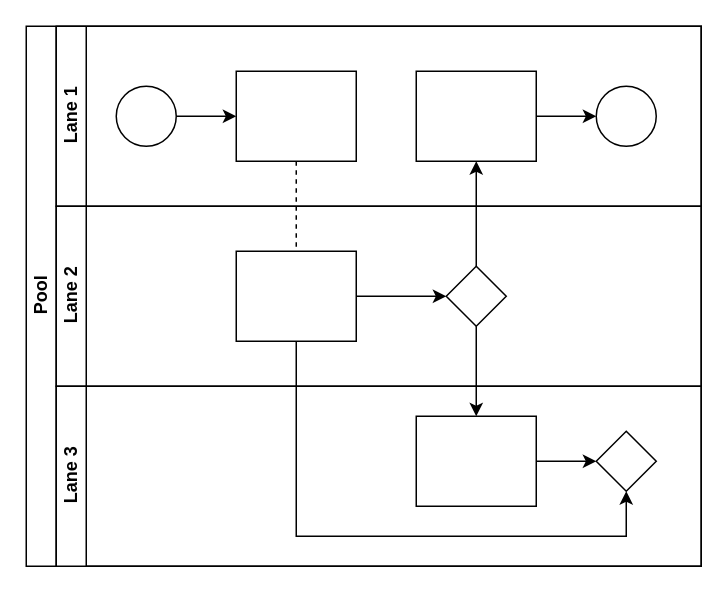
This is 数据安全.drawio from shuairongzeng/360ConsoleApp, a draw.io file, before an edit. Source tidied: cells renumbered, new cells numbered last; positions are measured from the earlier drawing's top-left corner, leaving out a move shared by most shapes. Both pictures are drawn from the tidied source at 150%, with x=0, y=0 at pixel (26, 26).
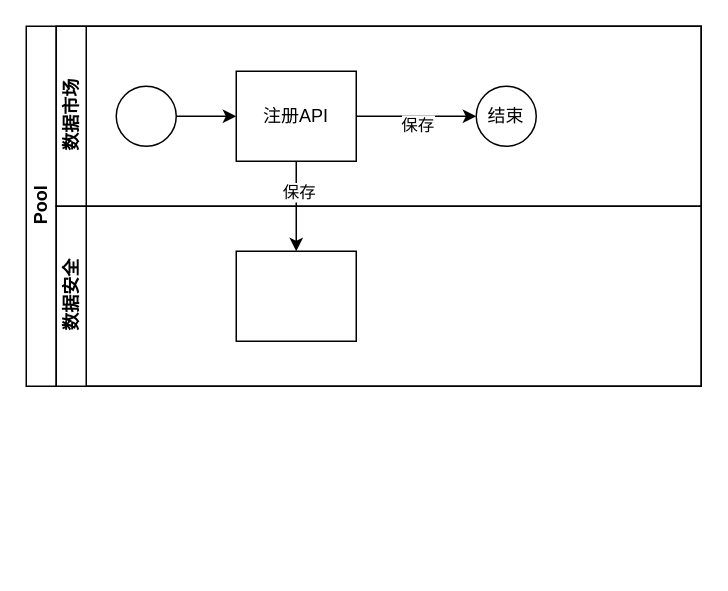
After the change.

Commit message:
更新数据安全.drawio

Unchanged cells that the change refers to:
```xml
<mxCell id="16" style="rounded=0;whiteSpace=wrap;html=1;fontFamily=Helvetica;fontSize=12;fontColor=#000000;align=center;" parent="14" vertex="1">
  <mxGeometry x="120" y="30" width="80" height="60" as="geometry" />
</mxCell>
```

What changed in the source:
```diff
@@
     <mxCell id="2" value="Pool" style="swimlane;html=1;horizontal=0;startSize=20;" parent="1" vertex="1">
-      <mxGeometry width="450" height="360" as="geometry" />
+      <mxGeometry width="450" height="240" as="geometry" />
     </mxCell>
-    <mxCell id="3" style="edgeStyle=orthogonalEdgeStyle;rounded=0;jettySize=auto;html=1;dashed=1;endArrow=none;endFill=0;" parent="2" edge="1" source="10" target="16">
-      <mxGeometry relative="1" as="geometry" />
-    </mxCell>
-    <mxCell id="4" style="edgeStyle=orthogonalEdgeStyle;rounded=0;jettySize=auto;html=1;endArrow=classic;endFill=1;" parent="2" edge="1" source="17" target="12">
-      <mxGeometry relative="1" as="geometry" />
-    </mxCell>
-    <mxCell id="5" style="edgeStyle=orthogonalEdgeStyle;rounded=0;jettySize=auto;html=1;endArrow=classic;endFill=1;" parent="2" edge="1" source="17" target="20">
-      <mxGeometry relative="1" as="geometry" />
-    </mxCell>
-    <mxCell id="6" style="edgeStyle=orthogonalEdgeStyle;rounded=0;jettySize=auto;html=1;endArrow=classic;endFill=1;" parent="2" edge="1" source="16" target="21">
-      <mxGeometry relative="1" as="geometry">
-        <Array as="points">
-          <mxPoint x="180" y="340" />
-          <mxPoint x="400" y="340" />
-        </Array>
-      </mxGeometry>
-    </mxCell>
-    <mxCell id="7" value="Lane 1" style="swimlane;html=1;startSize=20;horizontal=0;" parent="2" vertex="1">
+    <mxCell id="7" value="数据市场" style="swimlane;html=1;startSize=20;horizontal=0;" parent="2" vertex="1">
       <mxGeometry x="20" width="430" height="120" as="geometry" />
     </mxCell>
@@
+    <mxCell id="22" style="edgeStyle=orthogonalEdgeStyle;rounded=0;jettySize=auto;html=1;" parent="7" edge="1" source="10" target="13">
+      <mxGeometry relative="1" as="geometry" />
+    </mxCell>
+    <mxCell id="23" value="保存" style="edgeLabel;html=1;align=center;verticalAlign=middle;" parent="22" vertex="1">
+      <mxGeometry y="-5" relative="1" as="geometry" />
+    </mxCell>
-    <mxCell id="10" style="rounded=0;whiteSpace=wrap;html=1;fontFamily=Helvetica;fontSize=12;fontColor=#000000;align=center;" parent="7" vertex="1">
+    <mxCell id="10" value="注册API" style="rounded=0;whiteSpace=wrap;html=1;fontFamily=Helvetica;fontSize=12;fontColor=#000000;align=center;" parent="7" vertex="1">
       <mxGeometry x="120" y="30" width="80" height="60" as="geometry" />
     </mxCell>
-    <mxCell id="11" style="edgeStyle=orthogonalEdgeStyle;rounded=0;jettySize=auto;html=1;endArrow=classic;endFill=1;" parent="7" edge="1" source="12" target="13">
-      <mxGeometry relative="1" as="geometry" />
-    </mxCell>
-    <mxCell id="12" style="rounded=0;whiteSpace=wrap;html=1;fontFamily=Helvetica;fontSize=12;fontColor=#000000;align=center;" parent="7" vertex="1">
-      <mxGeometry x="240" y="30" width="80" height="60" as="geometry" />
-    </mxCell>
-    <mxCell id="13" style="ellipse;whiteSpace=wrap;html=1;" parent="7" vertex="1">
-      <mxGeometry x="360" y="40" width="40" height="40" as="geometry" />
+    <mxCell id="13" value="结束" style="ellipse;whiteSpace=wrap;html=1;" parent="7" vertex="1">
+      <mxGeometry x="280" y="40" width="40" height="40" as="geometry" />
     </mxCell>
-    <mxCell id="14" value="Lane 2" style="swimlane;html=1;startSize=20;horizontal=0;" parent="2" vertex="1">
+    <mxCell id="14" value="数据安全" style="swimlane;html=1;startSize=20;horizontal=0;" parent="2" vertex="1">
       <mxGeometry x="20" y="120" width="430" height="120" as="geometry" />
     </mxCell>
-    <mxCell id="15" style="edgeStyle=orthogonalEdgeStyle;rounded=0;jettySize=auto;html=1;endArrow=classic;endFill=1;" parent="14" edge="1" source="16" target="17">
-      <mxGeometry relative="1" as="geometry" />
-    </mxCell>
@@
-    <mxCell id="17" style="rhombus;whiteSpace=wrap;html=1;fontFamily=Helvetica;fontSize=12;fontColor=#000000;align=center;" parent="14" vertex="1">
-      <mxGeometry x="260" y="40" width="40" height="40" as="geometry" />
-    </mxCell>
-    <mxCell id="18" value="Lane 3" style="swimlane;html=1;startSize=20;horizontal=0;" parent="2" vertex="1">
-      <mxGeometry x="20" y="240" width="430" height="120" as="geometry" />
-    </mxCell>
-    <mxCell id="19" style="edgeStyle=orthogonalEdgeStyle;rounded=0;jettySize=auto;html=1;endArrow=classic;endFill=1;" parent="18" edge="1" source="20" target="21">
-      <mxGeometry relative="1" as="geometry" />
-    </mxCell>
-    <mxCell id="20" style="rounded=0;whiteSpace=wrap;html=1;fontFamily=Helvetica;fontSize=12;fontColor=#000000;align=center;" parent="18" vertex="1">
-      <mxGeometry x="240" y="20" width="80" height="60" as="geometry" />
-    </mxCell>
-    <mxCell id="21" style="rhombus;whiteSpace=wrap;html=1;fontFamily=Helvetica;fontSize=12;fontColor=#000000;align=center;" parent="18" vertex="1">
-      <mxGeometry x="360" y="30" width="40" height="40" as="geometry" />
-    </mxCell>
+    <mxCell id="3" style="edgeStyle=orthogonalEdgeStyle;rounded=0;jettySize=auto;html=1;entryX=0.5;entryY=0;entryDx=0;entryDy=0;" parent="2" edge="1" source="10" target="16">
+      <mxGeometry relative="1" as="geometry" />
+    </mxCell>
+    <mxCell id="24" value="保存" style="edgeLabel;html=1;align=center;verticalAlign=middle;" parent="3" vertex="1">
+      <mxGeometry x="-0.33" y="1" relative="1" as="geometry" />
+    </mxCell>
```
